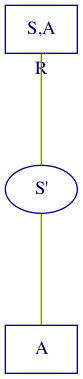
Above: chapter11/sarsa.png in TikhonJelvis/RL-book (Graphviz), before the change. Its source is kept beside it as chapter11/sarsa.gv.
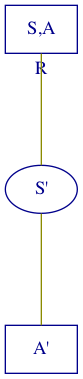
Later version of the same file.

Commit message:
corrected sarsa image

The edit, as a diff of the source:
```diff
@@ -6,7 +6,7 @@
 {
   A [pos="0,0", label=<S,A>, shape=box, xlp="0,-30", xlabel=<R>, color=blue4, fontcolor=blue4]
   S [pos="0,-120", label=<S'>, shape=ellipse, color=blue4, fontcolor=blue4]
-  A1 [pos="0,-240", label=<A>, shape=box, color=blue4, fontcolor=blue4]
+  A1 [pos="0,-240", label=<A'>, shape=box, color=blue4, fontcolor=blue4]
   A->S [arrowhead=none, color=yellow4, fontcolor=blue4]
   S->A1 [arrowhead=none, color=yellow4, fontcolor=blue4]
 }
```
